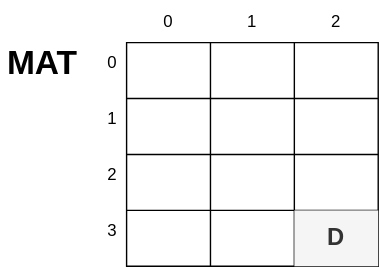
itorisaias/Fatectq-linguagem-de-programacao keeps this draw.io diagram as slides/img/matriz_atribuindo_02.drawio.svg. Above is the earlier version. Source tidied: cells renumbered, new cells last; positions are measured from the earlier drawing's top-left corner, leaving out a move shared by most shapes. Source of this version:
```xml
<mxGraphModel>
  <root>
    <mxCell id="0" />
    <mxCell id="1" parent="0" />
    <mxCell id="2" value="0" style="text;html=1;strokeColor=none;fillColor=none;align=center;verticalAlign=middle;whiteSpace=wrap;rounded=0;" parent="1" vertex="1">
      <mxGeometry x="90" width="60" height="30" as="geometry" />
    </mxCell>
    <mxCell id="3" value="1" style="text;html=1;strokeColor=none;fillColor=none;align=center;verticalAlign=middle;whiteSpace=wrap;rounded=0;" parent="1" vertex="1">
      <mxGeometry x="150" width="60" height="30" as="geometry" />
    </mxCell>
    <mxCell id="4" value="2" style="text;html=1;strokeColor=none;fillColor=none;align=center;verticalAlign=middle;whiteSpace=wrap;rounded=0;" parent="1" vertex="1">
      <mxGeometry x="210" width="60" height="30" as="geometry" />
    </mxCell>
    <mxCell id="5" value="2" style="text;html=1;strokeColor=none;fillColor=none;align=center;verticalAlign=middle;whiteSpace=wrap;rounded=0;" parent="1" vertex="1">
      <mxGeometry x="50" y="110" width="60" height="30" as="geometry" />
    </mxCell>
    <mxCell id="6" value="3" style="text;html=1;strokeColor=none;fillColor=none;align=center;verticalAlign=middle;whiteSpace=wrap;rounded=0;" parent="1" vertex="1">
      <mxGeometry x="50" y="150" width="60" height="30" as="geometry" />
    </mxCell>
    <mxCell id="7" value="0" style="text;html=1;strokeColor=none;fillColor=none;align=center;verticalAlign=middle;whiteSpace=wrap;rounded=0;" parent="1" vertex="1">
      <mxGeometry x="50" y="30" width="60" height="30" as="geometry" />
    </mxCell>
    <mxCell id="8" value="1" style="text;html=1;strokeColor=none;fillColor=none;align=center;verticalAlign=middle;whiteSpace=wrap;rounded=0;" parent="1" vertex="1">
      <mxGeometry x="50" y="70" width="60" height="30" as="geometry" />
    </mxCell>
    <mxCell id="9" value="MAT" style="text;html=1;strokeColor=none;fillColor=none;align=center;verticalAlign=middle;whiteSpace=wrap;rounded=0;fontStyle=1;fontSize=24;" parent="1" vertex="1">
      <mxGeometry y="30" width="60" height="30" as="geometry" />
    </mxCell>
    <mxCell id="10" style="shape=table;startSize=0;" parent="1" vertex="1">
      <mxGeometry x="90" y="30" width="180" height="160" as="geometry" />
    </mxCell>
    <mxCell id="11" style="shape=tableRow;horizontal=0;startSize=0;swimlaneHead=0;swimlaneBody=0;top=0;left=0;bottom=0;right=0;fillColor=none;" parent="10" vertex="1">
      <mxGeometry width="180" height="40" as="geometry" />
    </mxCell>
    <mxCell id="12" style="shape=partialRectangle;html=1;whiteSpace=wrap;overflow=hidden;fillColor=none;top=0;left=0;bottom=0;right=0;" parent="11" vertex="1">
      <mxGeometry width="60" height="40" as="geometry" />
    </mxCell>
    <mxCell id="13" style="shape=partialRectangle;html=1;whiteSpace=wrap;overflow=hidden;fillColor=none;top=0;left=0;bottom=0;right=0;" parent="11" vertex="1">
      <mxGeometry x="60" width="60" height="40" as="geometry" />
    </mxCell>
    <mxCell id="14" style="shape=partialRectangle;html=1;whiteSpace=wrap;overflow=hidden;fillColor=none;top=0;left=0;bottom=0;right=0;" parent="11" vertex="1">
      <mxGeometry x="120" width="60" height="40" as="geometry" />
    </mxCell>
    <mxCell id="15" style="shape=tableRow;horizontal=0;startSize=0;swimlaneHead=0;swimlaneBody=0;top=0;left=0;bottom=0;right=0;fillColor=none;" parent="10" vertex="1">
      <mxGeometry y="40" width="180" height="40" as="geometry" />
    </mxCell>
    <mxCell id="16" style="shape=partialRectangle;html=1;whiteSpace=wrap;overflow=hidden;fillColor=none;top=0;left=0;bottom=0;right=0;" parent="15" vertex="1">
      <mxGeometry width="60" height="40" as="geometry" />
    </mxCell>
    <mxCell id="17" style="shape=partialRectangle;html=1;whiteSpace=wrap;overflow=hidden;fillColor=none;top=0;left=0;bottom=0;right=0;" parent="15" vertex="1">
      <mxGeometry x="60" width="60" height="40" as="geometry" />
    </mxCell>
    <mxCell id="18" style="shape=partialRectangle;html=1;whiteSpace=wrap;overflow=hidden;fillColor=none;top=0;left=0;bottom=0;right=0;" parent="15" vertex="1">
      <mxGeometry x="120" width="60" height="40" as="geometry" />
    </mxCell>
    <mxCell id="19" style="shape=tableRow;horizontal=0;startSize=0;swimlaneHead=0;swimlaneBody=0;top=0;left=0;bottom=0;right=0;fillColor=none;" parent="10" vertex="1">
      <mxGeometry y="80" width="180" height="40" as="geometry" />
    </mxCell>
    <mxCell id="20" style="shape=partialRectangle;html=1;whiteSpace=wrap;overflow=hidden;fillColor=none;top=0;left=0;bottom=0;right=0;" parent="19" vertex="1">
      <mxGeometry width="60" height="40" as="geometry" />
    </mxCell>
    <mxCell id="21" style="shape=partialRectangle;html=1;whiteSpace=wrap;overflow=hidden;fillColor=none;top=0;left=0;bottom=0;right=0;" parent="19" vertex="1">
      <mxGeometry x="60" width="60" height="40" as="geometry" />
    </mxCell>
    <mxCell id="22" style="shape=partialRectangle;html=1;whiteSpace=wrap;overflow=hidden;fillColor=none;top=0;left=0;bottom=0;right=0;" parent="19" vertex="1">
      <mxGeometry x="120" width="60" height="40" as="geometry" />
    </mxCell>
    <mxCell id="23" style="shape=tableRow;horizontal=0;startSize=0;swimlaneHead=0;swimlaneBody=0;top=0;left=0;bottom=0;right=0;fillColor=none;" parent="10" vertex="1">
      <mxGeometry y="120" width="180" height="40" as="geometry" />
    </mxCell>
    <mxCell id="24" style="shape=partialRectangle;html=1;whiteSpace=wrap;overflow=hidden;fillColor=none;top=0;left=0;bottom=0;right=0;" parent="23" vertex="1">
      <mxGeometry width="60" height="40" as="geometry" />
    </mxCell>
    <mxCell id="25" style="shape=partialRectangle;html=1;whiteSpace=wrap;overflow=hidden;fillColor=none;top=0;left=0;bottom=0;right=0;" parent="23" vertex="1">
      <mxGeometry x="60" width="60" height="40" as="geometry" />
    </mxCell>
    <mxCell id="26" value="D" style="shape=partialRectangle;html=1;whiteSpace=wrap;overflow=hidden;fillColor=#f5f5f5;top=0;left=0;bottom=0;right=0;fontColor=#333333;strokeColor=#666666;fontStyle=1;fontSize=17;" parent="23" vertex="1">
      <mxGeometry x="120" width="60" height="40" as="geometry" />
    </mxCell>
  </root>
</mxGraphModel>
```
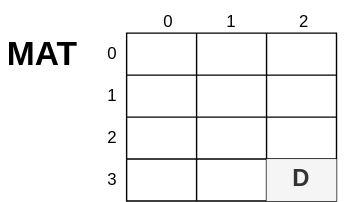
Above is the later version.

Commit message:
atualizando slides matriz

Diff of the diagram source:
```diff
@@ -2,80 +2,80 @@
   <root>
     <mxCell id="0" />
     <mxCell id="1" parent="0" />
-    <mxCell id="2" value="0" style="text;html=1;strokeColor=none;fillColor=none;align=center;verticalAlign=middle;whiteSpace=wrap;rounded=0;" parent="1" vertex="1">
-      <mxGeometry x="90" width="60" height="30" as="geometry" />
-    </mxCell>
-    <mxCell id="3" value="1" style="text;html=1;strokeColor=none;fillColor=none;align=center;verticalAlign=middle;whiteSpace=wrap;rounded=0;" parent="1" vertex="1">
-      <mxGeometry x="150" width="60" height="30" as="geometry" />
-    </mxCell>
-    <mxCell id="4" value="2" style="text;html=1;strokeColor=none;fillColor=none;align=center;verticalAlign=middle;whiteSpace=wrap;rounded=0;" parent="1" vertex="1">
-      <mxGeometry x="210" width="60" height="30" as="geometry" />
-    </mxCell>
-    <mxCell id="5" value="2" style="text;html=1;strokeColor=none;fillColor=none;align=center;verticalAlign=middle;whiteSpace=wrap;rounded=0;" parent="1" vertex="1">
-      <mxGeometry x="50" y="110" width="60" height="30" as="geometry" />
-    </mxCell>
+    <mxCell id="27" value="0" style="text;html=1;strokeColor=none;fillColor=none;align=center;verticalAlign=middle;whiteSpace=wrap;rounded=0;" parent="1" vertex="1">
+      <mxGeometry x="100" y="-80" width="60" height="30" as="geometry" />
+    </mxCell>
+    <mxCell id="28" value="1" style="text;html=1;strokeColor=none;fillColor=none;align=center;verticalAlign=middle;whiteSpace=wrap;rounded=0;" parent="1" vertex="1">
+      <mxGeometry x="145" y="-80" width="60" height="30" as="geometry" />
+    </mxCell>
+    <mxCell id="29" value="2" style="text;html=1;strokeColor=none;fillColor=none;align=center;verticalAlign=middle;whiteSpace=wrap;rounded=0;" parent="1" vertex="1">
+      <mxGeometry x="197" y="-80" width="60" height="30" as="geometry" />
+    </mxCell>
+    <mxCell id="30" value="2" style="text;html=1;strokeColor=none;fillColor=none;align=center;verticalAlign=middle;whiteSpace=wrap;rounded=0;" parent="1" vertex="1">
+      <mxGeometry x="60" y="3" width="60" height="30" as="geometry" />
+    </mxCell>
     <mxCell id="6" value="3" style="text;html=1;strokeColor=none;fillColor=none;align=center;verticalAlign=middle;whiteSpace=wrap;rounded=0;" parent="1" vertex="1">
-      <mxGeometry x="50" y="150" width="60" height="30" as="geometry" />
+      <mxGeometry x="60" y="33" width="60" height="30" as="geometry" />
     </mxCell>
-    <mxCell id="7" value="0" style="text;html=1;strokeColor=none;fillColor=none;align=center;verticalAlign=middle;whiteSpace=wrap;rounded=0;" parent="1" vertex="1">
-      <mxGeometry x="50" y="30" width="60" height="30" as="geometry" />
-    </mxCell>
-    <mxCell id="8" value="1" style="text;html=1;strokeColor=none;fillColor=none;align=center;verticalAlign=middle;whiteSpace=wrap;rounded=0;" parent="1" vertex="1">
-      <mxGeometry x="50" y="70" width="60" height="30" as="geometry" />
-    </mxCell>
+    <mxCell id="31" value="0" style="text;html=1;strokeColor=none;fillColor=none;align=center;verticalAlign=middle;whiteSpace=wrap;rounded=0;" parent="1" vertex="1">
+      <mxGeometry x="60" y="-57" width="60" height="30" as="geometry" />
+    </mxCell>
+    <mxCell id="32" value="1" style="text;html=1;strokeColor=none;fillColor=none;align=center;verticalAlign=middle;whiteSpace=wrap;rounded=0;" parent="1" vertex="1">
+      <mxGeometry x="60" y="-27" width="60" height="30" as="geometry" />
+    </mxCell>
     <mxCell id="9" value="MAT" style="text;html=1;strokeColor=none;fillColor=none;align=center;verticalAlign=middle;whiteSpace=wrap;rounded=0;fontStyle=1;fontSize=24;" parent="1" vertex="1">
-      <mxGeometry y="30" width="60" height="30" as="geometry" />
+      <mxGeometry x="10" y="-57" width="60" height="30" as="geometry" />
     </mxCell>
-    <mxCell id="10" style="shape=table;startSize=0;" parent="1" vertex="1">
-      <mxGeometry x="90" y="30" width="180" height="160" as="geometry" />
-    </mxCell>
-    <mxCell id="11" style="shape=tableRow;horizontal=0;startSize=0;swimlaneHead=0;swimlaneBody=0;top=0;left=0;bottom=0;right=0;fillColor=none;" parent="10" vertex="1">
-      <mxGeometry width="180" height="40" as="geometry" />
-    </mxCell>
-    <mxCell id="12" style="shape=partialRectangle;html=1;whiteSpace=wrap;overflow=hidden;fillColor=none;top=0;left=0;bottom=0;right=0;" parent="11" vertex="1">
-      <mxGeometry width="60" height="40" as="geometry" />
-    </mxCell>
-    <mxCell id="13" style="shape=partialRectangle;html=1;whiteSpace=wrap;overflow=hidden;fillColor=none;top=0;left=0;bottom=0;right=0;" parent="11" vertex="1">
-      <mxGeometry x="60" width="60" height="40" as="geometry" />
-    </mxCell>
-    <mxCell id="14" style="shape=partialRectangle;html=1;whiteSpace=wrap;overflow=hidden;fillColor=none;top=0;left=0;bottom=0;right=0;" parent="11" vertex="1">
-      <mxGeometry x="120" width="60" height="40" as="geometry" />
-    </mxCell>
-    <mxCell id="15" style="shape=tableRow;horizontal=0;startSize=0;swimlaneHead=0;swimlaneBody=0;top=0;left=0;bottom=0;right=0;fillColor=none;" parent="10" vertex="1">
-      <mxGeometry y="40" width="180" height="40" as="geometry" />
-    </mxCell>
-    <mxCell id="16" style="shape=partialRectangle;html=1;whiteSpace=wrap;overflow=hidden;fillColor=none;top=0;left=0;bottom=0;right=0;" parent="15" vertex="1">
-      <mxGeometry width="60" height="40" as="geometry" />
-    </mxCell>
-    <mxCell id="17" style="shape=partialRectangle;html=1;whiteSpace=wrap;overflow=hidden;fillColor=none;top=0;left=0;bottom=0;right=0;" parent="15" vertex="1">
-      <mxGeometry x="60" width="60" height="40" as="geometry" />
-    </mxCell>
-    <mxCell id="18" style="shape=partialRectangle;html=1;whiteSpace=wrap;overflow=hidden;fillColor=none;top=0;left=0;bottom=0;right=0;" parent="15" vertex="1">
-      <mxGeometry x="120" width="60" height="40" as="geometry" />
-    </mxCell>
-    <mxCell id="19" style="shape=tableRow;horizontal=0;startSize=0;swimlaneHead=0;swimlaneBody=0;top=0;left=0;bottom=0;right=0;fillColor=none;" parent="10" vertex="1">
-      <mxGeometry y="80" width="180" height="40" as="geometry" />
-    </mxCell>
-    <mxCell id="20" style="shape=partialRectangle;html=1;whiteSpace=wrap;overflow=hidden;fillColor=none;top=0;left=0;bottom=0;right=0;" parent="19" vertex="1">
-      <mxGeometry width="60" height="40" as="geometry" />
-    </mxCell>
-    <mxCell id="21" style="shape=partialRectangle;html=1;whiteSpace=wrap;overflow=hidden;fillColor=none;top=0;left=0;bottom=0;right=0;" parent="19" vertex="1">
-      <mxGeometry x="60" width="60" height="40" as="geometry" />
-    </mxCell>
-    <mxCell id="22" style="shape=partialRectangle;html=1;whiteSpace=wrap;overflow=hidden;fillColor=none;top=0;left=0;bottom=0;right=0;" parent="19" vertex="1">
-      <mxGeometry x="120" width="60" height="40" as="geometry" />
-    </mxCell>
-    <mxCell id="23" style="shape=tableRow;horizontal=0;startSize=0;swimlaneHead=0;swimlaneBody=0;top=0;left=0;bottom=0;right=0;fillColor=none;" parent="10" vertex="1">
-      <mxGeometry y="120" width="180" height="40" as="geometry" />
-    </mxCell>
-    <mxCell id="24" style="shape=partialRectangle;html=1;whiteSpace=wrap;overflow=hidden;fillColor=none;top=0;left=0;bottom=0;right=0;" parent="23" vertex="1">
-      <mxGeometry width="60" height="40" as="geometry" />
-    </mxCell>
-    <mxCell id="25" style="shape=partialRectangle;html=1;whiteSpace=wrap;overflow=hidden;fillColor=none;top=0;left=0;bottom=0;right=0;" parent="23" vertex="1">
-      <mxGeometry x="60" width="60" height="40" as="geometry" />
-    </mxCell>
+    <mxCell id="33" style="shape=table;startSize=0;" parent="1" vertex="1">
+      <mxGeometry x="100" y="-57" width="150" height="120" as="geometry" />
+    </mxCell>
+    <mxCell id="34" style="shape=tableRow;horizontal=0;startSize=0;swimlaneHead=0;swimlaneBody=0;top=0;left=0;bottom=0;right=0;fillColor=none;" parent="33" vertex="1">
+      <mxGeometry width="150" height="30" as="geometry" />
+    </mxCell>
+    <mxCell id="35" style="shape=partialRectangle;html=1;whiteSpace=wrap;overflow=hidden;fillColor=none;top=0;left=0;bottom=0;right=0;" parent="34" vertex="1">
+      <mxGeometry width="50" height="30" as="geometry" />
+    </mxCell>
+    <mxCell id="36" style="shape=partialRectangle;html=1;whiteSpace=wrap;overflow=hidden;fillColor=none;top=0;left=0;bottom=0;right=0;" parent="34" vertex="1">
+      <mxGeometry x="50" width="50" height="30" as="geometry" />
+    </mxCell>
+    <mxCell id="37" style="shape=partialRectangle;html=1;whiteSpace=wrap;overflow=hidden;fillColor=none;top=0;left=0;bottom=0;right=0;" parent="34" vertex="1">
+      <mxGeometry x="100" width="50" height="30" as="geometry" />
+    </mxCell>
+    <mxCell id="38" style="shape=tableRow;horizontal=0;startSize=0;swimlaneHead=0;swimlaneBody=0;top=0;left=0;bottom=0;right=0;fillColor=none;" parent="33" vertex="1">
+      <mxGeometry y="30" width="150" height="30" as="geometry" />
+    </mxCell>
+    <mxCell id="39" style="shape=partialRectangle;html=1;whiteSpace=wrap;overflow=hidden;fillColor=none;top=0;left=0;bottom=0;right=0;" parent="38" vertex="1">
+      <mxGeometry width="50" height="30" as="geometry" />
+    </mxCell>
+    <mxCell id="40" style="shape=partialRectangle;html=1;whiteSpace=wrap;overflow=hidden;fillColor=none;top=0;left=0;bottom=0;right=0;" parent="38" vertex="1">
+      <mxGeometry x="50" width="50" height="30" as="geometry" />
+    </mxCell>
+    <mxCell id="41" style="shape=partialRectangle;html=1;whiteSpace=wrap;overflow=hidden;fillColor=none;top=0;left=0;bottom=0;right=0;" parent="38" vertex="1">
+      <mxGeometry x="100" width="50" height="30" as="geometry" />
+    </mxCell>
+    <mxCell id="42" style="shape=tableRow;horizontal=0;startSize=0;swimlaneHead=0;swimlaneBody=0;top=0;left=0;bottom=0;right=0;fillColor=none;" parent="33" vertex="1">
+      <mxGeometry y="60" width="150" height="30" as="geometry" />
+    </mxCell>
+    <mxCell id="43" style="shape=partialRectangle;html=1;whiteSpace=wrap;overflow=hidden;fillColor=none;top=0;left=0;bottom=0;right=0;" parent="42" vertex="1">
+      <mxGeometry width="50" height="30" as="geometry" />
+    </mxCell>
+    <mxCell id="44" style="shape=partialRectangle;html=1;whiteSpace=wrap;overflow=hidden;fillColor=none;top=0;left=0;bottom=0;right=0;" parent="42" vertex="1">
+      <mxGeometry x="50" width="50" height="30" as="geometry" />
+    </mxCell>
+    <mxCell id="45" style="shape=partialRectangle;html=1;whiteSpace=wrap;overflow=hidden;fillColor=none;top=0;left=0;bottom=0;right=0;" parent="42" vertex="1">
+      <mxGeometry x="100" width="50" height="30" as="geometry" />
+    </mxCell>
+    <mxCell id="46" style="shape=tableRow;horizontal=0;startSize=0;swimlaneHead=0;swimlaneBody=0;top=0;left=0;bottom=0;right=0;fillColor=none;" parent="33" vertex="1">
+      <mxGeometry y="90" width="150" height="30" as="geometry" />
+    </mxCell>
+    <mxCell id="47" style="shape=partialRectangle;html=1;whiteSpace=wrap;overflow=hidden;fillColor=none;top=0;left=0;bottom=0;right=0;" parent="46" vertex="1">
+      <mxGeometry width="50" height="30" as="geometry" />
+    </mxCell>
+    <mxCell id="48" style="shape=partialRectangle;html=1;whiteSpace=wrap;overflow=hidden;fillColor=none;top=0;left=0;bottom=0;right=0;" parent="46" vertex="1">
+      <mxGeometry x="50" width="50" height="30" as="geometry" />
+    </mxCell>
-    <mxCell id="26" value="D" style="shape=partialRectangle;html=1;whiteSpace=wrap;overflow=hidden;fillColor=#f5f5f5;top=0;left=0;bottom=0;right=0;fontColor=#333333;strokeColor=#666666;fontStyle=1;fontSize=17;" parent="23" vertex="1">
-      <mxGeometry x="120" width="60" height="40" as="geometry" />
+    <mxCell id="26" value="&lt;span style=&quot;color: rgb(51, 51, 51); font-size: 17px; font-weight: 700;&quot;&gt;D&lt;/span&gt;" style="shape=partialRectangle;html=1;whiteSpace=wrap;overflow=hidden;fillColor=#f5f5f5;top=0;left=0;bottom=0;right=0;fontColor=#333333;strokeColor=#666666;" parent="46" vertex="1">
+      <mxGeometry x="100" width="50" height="30" as="geometry" />
     </mxCell>
   </root>
 </mxGraphModel>
```
